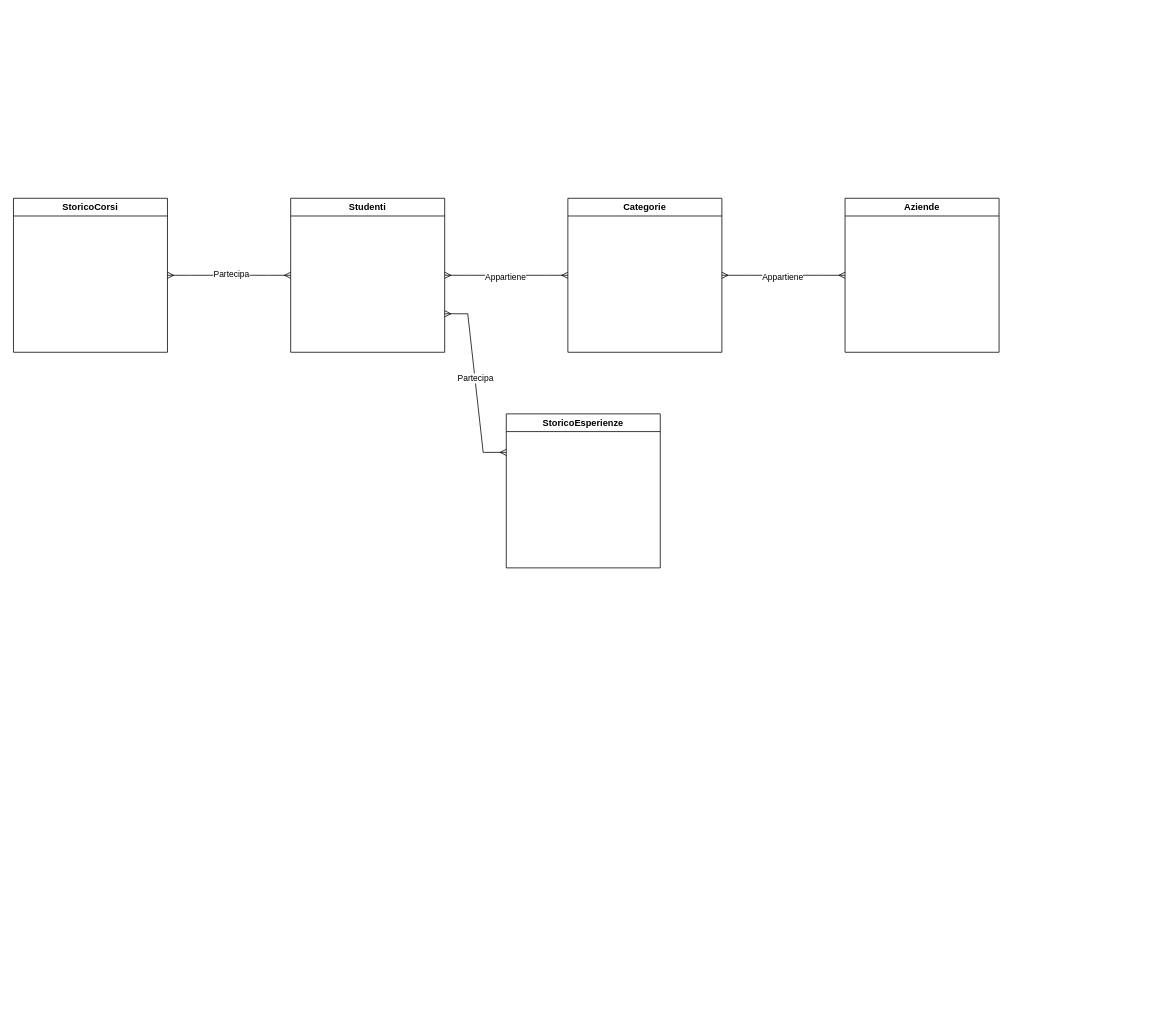
Sodhu1/1NNOVA-YOUNG- keeps this draw.io diagram as Untitled Diagram.drawio. Above is the earlier version. Source tidied: cells renumbered, new cells numbered last; positions are measured from the earlier drawing's top-left corner, leaving out a move shared by most shapes. Both pictures are drawn from the tidied source at 77%, with x=0, y=0 at pixel (13, 198).
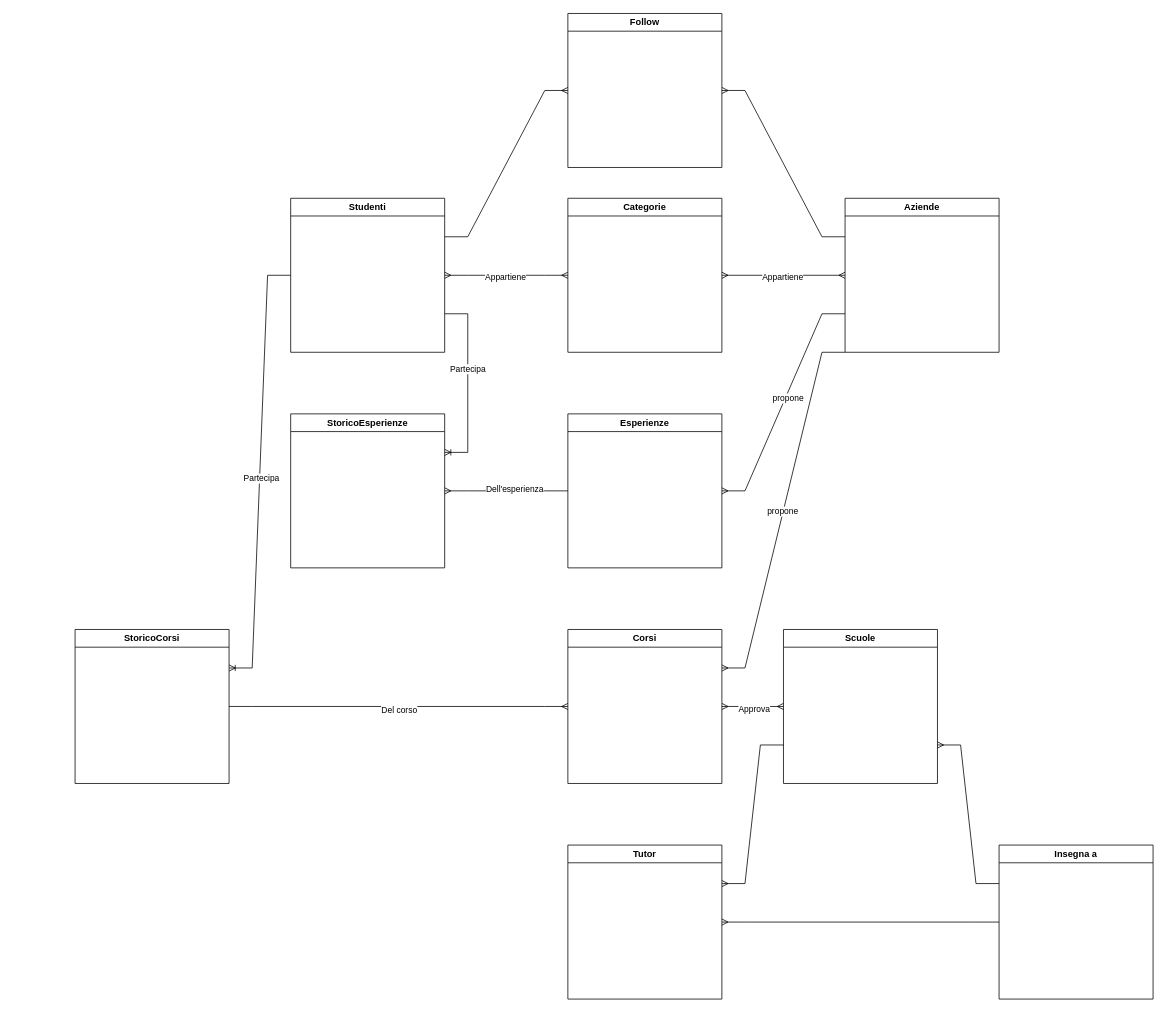
The same diagram, later.

The change refers to these unchanged cells:
```xml
<mxCell id="2" value="&lt;div&gt;Studenti&lt;/div&gt;" style="swimlane;whiteSpace=wrap;html=1;" parent="1" vertex="1">
  <mxGeometry x="360" width="200" height="200" as="geometry" />
</mxCell>
<mxCell id="9" value="Categorie" style="swimlane;whiteSpace=wrap;html=1;" parent="1" vertex="1">
  <mxGeometry x="720" width="200" height="200" as="geometry" />
</mxCell>
<mxCell id="12" value="Aziende" style="swimlane;whiteSpace=wrap;html=1;" parent="1" vertex="1">
  <mxGeometry x="1080" width="200" height="200" as="geometry" />
</mxCell>
```

The edit, as a diff of the source:
```diff
@@
     <mxCell id="3" value="StoricoCorsi" style="swimlane;whiteSpace=wrap;html=1;" parent="1" vertex="1">
-      <mxGeometry width="200" height="200" as="geometry" />
+      <mxGeometry x="80" y="560" width="200" height="200" as="geometry" />
     </mxCell>
     <mxCell id="4" value="StoricoEsperienze" style="swimlane;whiteSpace=wrap;html=1;" parent="1" vertex="1">
-      <mxGeometry x="640" y="280" width="200" height="200" as="geometry" />
+      <mxGeometry x="360" y="280" width="200" height="200" as="geometry" />
     </mxCell>
-    <mxCell id="5" style="edgeStyle=entityRelationEdgeStyle;fontSize=12;html=1;endArrow=ERmany;startArrow=ERmany;rounded=0;entryX=0;entryY=0.5;entryDx=0;entryDy=0;exitX=1;exitY=0.5;exitDx=0;exitDy=0;" parent="1" edge="1" source="3" target="2">
-      <mxGeometry relative="1" as="geometry" />
-    </mxCell>
-    <mxCell id="6" value="&lt;div&gt;Partecipa&lt;/div&gt;" style="edgeLabel;html=1;align=center;verticalAlign=middle;" parent="5" vertex="1">
-      <mxGeometry x="0.02" y="2" relative="1" as="geometry" />
-    </mxCell>
-    <mxCell id="7" style="edgeStyle=entityRelationEdgeStyle;fontSize=12;html=1;endArrow=ERmany;startArrow=ERmany;rounded=0;entryX=1;entryY=0.75;entryDx=0;entryDy=0;exitX=0;exitY=0.25;exitDx=0;exitDy=0;" parent="1" edge="1" source="4" target="2">
-      <mxGeometry relative="1" as="geometry">
-        <Array as="points">
-          <mxPoint x="650" y="110" />
-          <mxPoint x="480" y="250" />
-          <mxPoint x="600" y="170" />
-          <mxPoint x="580" y="110" />
-          <mxPoint x="480" y="250" />
-          <mxPoint x="590" y="100" />
-          <mxPoint x="470" y="260" />
-          <mxPoint x="470" y="240" />
-          <mxPoint x="480" y="230" />
-        </Array>
-      </mxGeometry>
-    </mxCell>
-    <mxCell id="8" value="Partecipa" style="edgeLabel;html=1;align=center;verticalAlign=middle;" parent="7" vertex="1">
-      <mxGeometry x="0.05" relative="1" as="geometry" />
-    </mxCell>
@@
     <mxCell id="13" style="edgeStyle=entityRelationEdgeStyle;fontSize=12;html=1;endArrow=ERmany;startArrow=ERmany;rounded=0;entryX=0;entryY=0.5;entryDx=0;entryDy=0;exitX=1;exitY=0.5;exitDx=0;exitDy=0;" parent="1" edge="1" source="9" target="12">
       <mxGeometry relative="1" as="geometry">
         <Array as="points">
-          <mxPoint x="1080" y="100" />
+          <mxPoint x="1080" y="-140" />
         </Array>
       </mxGeometry>
     </mxCell>
@@
+    <mxCell id="15" value="Follow" style="swimlane;whiteSpace=wrap;html=1;" parent="1" vertex="1">
+      <mxGeometry x="720" y="-240" width="200" height="200" as="geometry" />
+    </mxCell>
+    <mxCell id="16" style="edgeStyle=entityRelationEdgeStyle;fontSize=12;html=1;endArrow=ERoneToMany;rounded=0;entryX=1;entryY=0.25;entryDx=0;entryDy=0;exitX=1;exitY=0.75;exitDx=0;exitDy=0;" parent="1" edge="1" source="2" target="4">
+      <mxGeometry relative="1" as="geometry">
+        <Array as="points">
+          <mxPoint x="580" y="320" />
+        </Array>
+      </mxGeometry>
+    </mxCell>
+    <mxCell id="17" value="&lt;div&gt;Partecipa&lt;/div&gt;" style="edgeLabel;html=1;align=center;verticalAlign=middle;" parent="16" vertex="1">
+      <mxGeometry x="-0.16" y="-1" relative="1" as="geometry" />
+    </mxCell>
+    <mxCell id="18" style="edgeStyle=entityRelationEdgeStyle;fontSize=12;html=1;endArrow=ERoneToMany;rounded=0;exitX=0;exitY=0.5;exitDx=0;exitDy=0;entryX=1;entryY=0.25;entryDx=0;entryDy=0;" parent="1" edge="1" source="2" target="3">
+      <mxGeometry relative="1" as="geometry">
+        <Array as="points">
+          <mxPoint x="330" y="90" />
+        </Array>
+      </mxGeometry>
+    </mxCell>
+    <mxCell id="19" value="&lt;div&gt;Partecipa&lt;/div&gt;" style="edgeLabel;html=1;align=center;verticalAlign=middle;" parent="18" vertex="1">
+      <mxGeometry x="0.03" y="2" relative="1" as="geometry" />
+    </mxCell>
+    <mxCell id="20" style="edgeStyle=entityRelationEdgeStyle;fontSize=12;html=1;endArrow=ERmany;rounded=0;entryX=0;entryY=0.5;entryDx=0;entryDy=0;exitX=1;exitY=0.25;exitDx=0;exitDy=0;" parent="1" edge="1" source="2" target="15">
+      <mxGeometry relative="1" as="geometry" />
+    </mxCell>
+    <mxCell id="21" style="edgeStyle=entityRelationEdgeStyle;fontSize=12;html=1;endArrow=ERmany;rounded=0;entryX=1;entryY=0.5;entryDx=0;entryDy=0;exitX=0;exitY=0.25;exitDx=0;exitDy=0;" parent="1" edge="1" source="12" target="15">
+      <mxGeometry relative="1" as="geometry" />
+    </mxCell>
+    <mxCell id="22" value="&lt;div&gt;Corsi&lt;/div&gt;" style="swimlane;whiteSpace=wrap;html=1;" parent="1" vertex="1">
+      <mxGeometry x="720" y="560" width="200" height="200" as="geometry" />
+    </mxCell>
+    <mxCell id="23" style="edgeStyle=entityRelationEdgeStyle;fontSize=12;html=1;endArrow=ERmany;rounded=0;entryX=0;entryY=0.5;entryDx=0;entryDy=0;exitX=1;exitY=0.5;exitDx=0;exitDy=0;" parent="1" edge="1" source="3" target="22">
+      <mxGeometry relative="1" as="geometry" />
+    </mxCell>
+    <mxCell id="24" value="Del corso" style="edgeLabel;html=1;align=center;verticalAlign=middle;" parent="23" vertex="1">
+      <mxGeometry y="-4" relative="1" as="geometry" />
+    </mxCell>
+    <mxCell id="25" style="edgeStyle=entityRelationEdgeStyle;fontSize=12;html=1;endArrow=ERmany;rounded=0;entryX=1;entryY=0.25;entryDx=0;entryDy=0;exitX=0;exitY=1;exitDx=0;exitDy=0;" parent="1" edge="1" source="12" target="22">
+      <mxGeometry relative="1" as="geometry">
+        <Array as="points">
+          <mxPoint x="1270" y="390" />
+        </Array>
+      </mxGeometry>
+    </mxCell>
+    <mxCell id="26" value="propone" style="edgeLabel;html=1;align=center;verticalAlign=middle;" parent="25" vertex="1">
+      <mxGeometry x="0.01" y="-1" relative="1" as="geometry" />
+    </mxCell>
+    <mxCell id="27" value="&lt;div&gt;Esperienze&lt;/div&gt;" style="swimlane;whiteSpace=wrap;html=1;" parent="1" vertex="1">
+      <mxGeometry x="720" y="280" width="200" height="200" as="geometry" />
+    </mxCell>
+    <mxCell id="28" style="edgeStyle=entityRelationEdgeStyle;fontSize=12;html=1;endArrow=ERmany;rounded=0;entryX=1;entryY=0.5;entryDx=0;entryDy=0;exitX=0;exitY=0.5;exitDx=0;exitDy=0;" parent="1" edge="1" source="27" target="4">
+      <mxGeometry relative="1" as="geometry" />
+    </mxCell>
+    <mxCell id="29" value="&lt;div&gt;Dell'esperienza&lt;/div&gt;" style="edgeLabel;html=1;align=center;verticalAlign=middle;" parent="28" vertex="1">
+      <mxGeometry x="-0.12" y="-3" relative="1" as="geometry" />
+    </mxCell>
+    <mxCell id="30" style="edgeStyle=entityRelationEdgeStyle;fontSize=12;html=1;endArrow=ERmany;rounded=0;entryX=1;entryY=0.5;entryDx=0;entryDy=0;exitX=0;exitY=0.75;exitDx=0;exitDy=0;" parent="1" edge="1" source="12" target="27">
+      <mxGeometry relative="1" as="geometry" />
+    </mxCell>
+    <mxCell id="31" value="propone" style="edgeLabel;html=1;align=center;verticalAlign=middle;" parent="30" vertex="1">
+      <mxGeometry x="-0.05" y="3" relative="1" as="geometry" />
+    </mxCell>
+    <mxCell id="32" value="Scuole" style="swimlane;whiteSpace=wrap;html=1;" parent="1" vertex="1">
+      <mxGeometry x="1000" y="560" width="200" height="200" as="geometry" />
+    </mxCell>
+    <mxCell id="33" value="Insegna a" style="swimlane;whiteSpace=wrap;html=1;" parent="1" vertex="1">
+      <mxGeometry x="1280" y="840" width="200" height="200" as="geometry" />
+    </mxCell>
+    <mxCell id="34" style="edgeStyle=entityRelationEdgeStyle;fontSize=12;html=1;endArrow=ERmany;startArrow=ERmany;rounded=0;entryX=0;entryY=0.5;entryDx=0;entryDy=0;exitX=1;exitY=0.5;exitDx=0;exitDy=0;" parent="1" edge="1" source="22" target="32">
+      <mxGeometry relative="1" as="geometry" />
+    </mxCell>
+    <mxCell id="35" value="Approva" style="edgeLabel;html=1;align=center;verticalAlign=middle;" parent="34" vertex="1">
+      <mxGeometry x="0.02" y="-3" relative="1" as="geometry" />
+    </mxCell>
+    <mxCell id="36" value="Tutor" style="swimlane;whiteSpace=wrap;html=1;" parent="1" vertex="1">
+      <mxGeometry x="720" y="840" width="200" height="200" as="geometry" />
+    </mxCell>
+    <mxCell id="37" style="edgeStyle=entityRelationEdgeStyle;fontSize=12;html=1;endArrow=ERmany;rounded=0;entryX=1;entryY=0.25;entryDx=0;entryDy=0;exitX=0;exitY=0.75;exitDx=0;exitDy=0;" parent="1" edge="1" source="32" target="36">
+      <mxGeometry relative="1" as="geometry" />
+    </mxCell>
+    <mxCell id="38" style="edgeStyle=entityRelationEdgeStyle;fontSize=12;html=1;endArrow=ERmany;rounded=0;entryX=1;entryY=0.5;entryDx=0;entryDy=0;exitX=0;exitY=0.5;exitDx=0;exitDy=0;" parent="1" edge="1" source="33" target="36">
+      <mxGeometry relative="1" as="geometry" />
+    </mxCell>
+    <mxCell id="39" style="edgeStyle=entityRelationEdgeStyle;fontSize=12;html=1;endArrow=ERmany;rounded=0;entryX=1;entryY=0.75;entryDx=0;entryDy=0;exitX=0;exitY=0.25;exitDx=0;exitDy=0;" parent="1" edge="1" source="33" target="32">
+      <mxGeometry relative="1" as="geometry" />
+    </mxCell>
```
